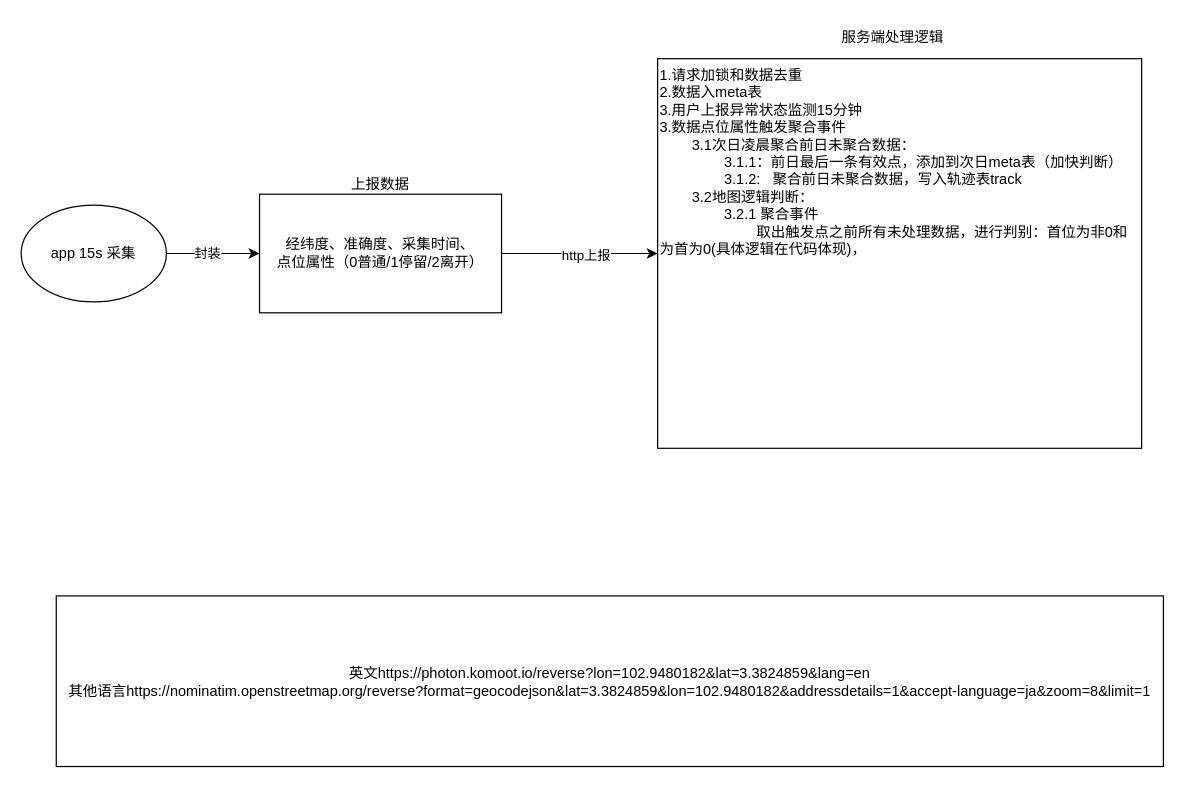
Before: coordinate轨迹脑图.drawio in JimmyZzzzz/drawIO, a draw.io diagram. Source tidied: cells renumbered, new cells numbered last; positions are measured from the earlier drawing's top-left corner, leaving out a move shared by most shapes. Both pictures are drawn from the tidied source at 121%, with x=0, y=0 at pixel (21, 21).
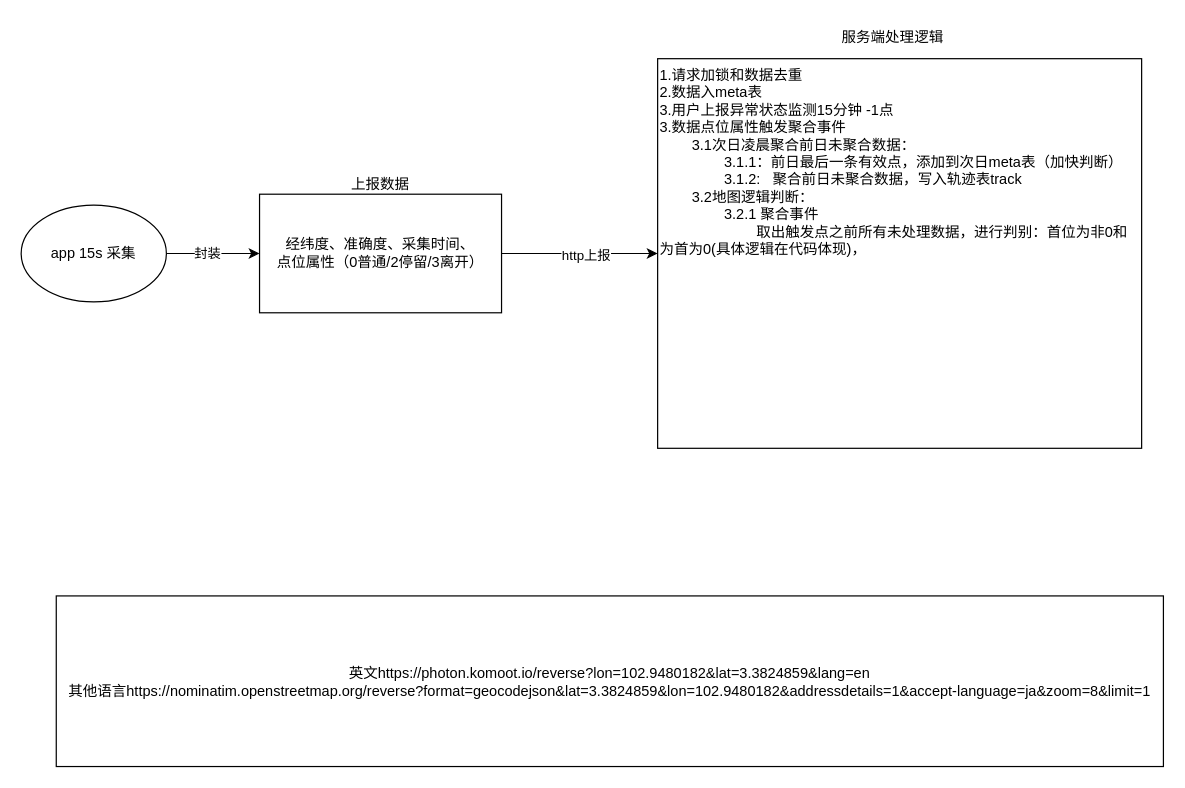
The same diagram, later.

Commit message:
更新coordinate轨迹脑图.drawio

The edit, as a diff of the source:
```diff
@@
 <mxGraphModel>
   <root>
     <mxCell id="0" />
     <mxCell id="1" parent="0" />
     <mxCell id="2" style="edgeStyle=orthogonalEdgeStyle;rounded=0;jettySize=auto;html=1;entryX=0;entryY=0.5;entryDx=0;entryDy=0;" parent="1" edge="1" source="4" target="7">
       <mxGeometry relative="1" as="geometry" />
     </mxCell>
     <mxCell id="3" value="封装" style="edgeLabel;html=1;align=center;verticalAlign=middle;" parent="2" vertex="1">
       <mxGeometry x="-0.15" y="1" relative="1" as="geometry" />
     </mxCell>
     <mxCell id="4" value="app 15s 采集" style="ellipse;whiteSpace=wrap;html=1;" parent="1" vertex="1">
       <mxGeometry y="152" width="120" height="80" as="geometry" />
     </mxCell>
     <mxCell id="5" style="edgeStyle=orthogonalEdgeStyle;rounded=0;jettySize=auto;html=1;exitX=1;exitY=0.5;exitDx=0;exitDy=0;entryX=0;entryY=0.5;entryDx=0;entryDy=0;" parent="1" edge="1" source="7" target="9">
       <mxGeometry relative="1" as="geometry">
         <Array as="points">
           <mxPoint x="516" y="192" />
         </Array>
       </mxGeometry>
     </mxCell>
     <mxCell id="6" value="http上报" style="edgeLabel;html=1;align=center;verticalAlign=middle;" parent="5" vertex="1">
       <mxGeometry x="0.07" y="-1" relative="1" as="geometry" />
     </mxCell>
-    <mxCell id="7" value="经纬度、准确度、采集时间、&lt;div&gt;点位属性（0普通/1停留/2离开）&lt;/div&gt;" style="rounded=0;whiteSpace=wrap;html=1;" parent="1" vertex="1">
+    <mxCell id="7" value="经纬度、准确度、采集时间、&lt;div&gt;点位属性（0普通/2停留/3离开）&lt;/div&gt;" style="rounded=0;whiteSpace=wrap;html=1;" parent="1" vertex="1">
       <mxGeometry x="197" y="143" width="200" height="98" as="geometry" />
     </mxCell>
     <mxCell id="8" value="上报数据" style="text;html=1;align=center;verticalAlign=middle;whiteSpace=wrap;rounded=0;" parent="1" vertex="1">
       <mxGeometry x="267" y="120" width="60" height="30" as="geometry" />
     </mxCell>
-    <mxCell id="9" value="1.请求加锁和数据去重&lt;div&gt;2.数据入meta表&lt;/div&gt;&lt;div&gt;3.用户上报异常状态监测15分钟&lt;/div&gt;&lt;div&gt;3.数据点位属性触发聚合事件&lt;/div&gt;&lt;div&gt;&lt;span style=&quot;white-space: pre;&quot;&gt;&#9;&lt;/span&gt;3.1次日凌晨聚合前日未聚合数据：&lt;br&gt;&lt;/div&gt;&lt;div&gt;&lt;span style=&quot;white-space: pre;&quot;&gt;&#9;&lt;/span&gt;&lt;span style=&quot;white-space: pre;&quot;&gt;&#9;&lt;/span&gt;3.1.1：前日最后一条有效点，添加到次日meta表（加快判断）&lt;br&gt;&lt;/div&gt;&lt;div&gt;&lt;span style=&quot;white-space: pre;&quot;&gt;&#9;&lt;span style=&quot;white-space: pre;&quot;&gt;&#9;&lt;/span&gt;3.&lt;/span&gt;1.2:&amp;nbsp; &amp;nbsp;聚合前日未聚合数据，写入轨迹表track&lt;br&gt;&lt;/div&gt;&lt;div&gt;&lt;span style=&quot;white-space: pre;&quot;&gt;&#9;&lt;/span&gt;3.2地图逻辑判断：&lt;br&gt;&lt;/div&gt;&lt;div&gt;&lt;span style=&quot;white-space: pre;&quot;&gt;&#9;&lt;/span&gt;&lt;span style=&quot;white-space: pre;&quot;&gt;&#9;&lt;/span&gt;3.2.1 聚合事件&lt;/div&gt;&lt;div&gt;&lt;span style=&quot;white-space: pre;&quot;&gt;&#9;&lt;/span&gt;&lt;span style=&quot;white-space: pre;&quot;&gt;&#9;&lt;span style=&quot;white-space: pre;&quot;&gt;&#9;&lt;/span&gt;&lt;/span&gt;取出触发点之前所有未处理数据，进行判别：首位为非0和为首为0(具体逻辑在代码体现)，&lt;/div&gt;&lt;div&gt;&lt;br&gt;&lt;/div&gt;" style="rounded=0;whiteSpace=wrap;html=1;align=left;horizontal=1;verticalAlign=top;" parent="1" vertex="1">
+    <mxCell id="9" value="1.请求加锁和数据去重&lt;div&gt;2.数据入meta表&lt;/div&gt;&lt;div&gt;3.用户上报异常状态监测15分钟 -1点&lt;/div&gt;&lt;div&gt;3.数据点位属性触发聚合事件&lt;/div&gt;&lt;div&gt;&lt;span style=&quot;white-space: pre;&quot;&gt;&#9;&lt;/span&gt;3.1次日凌晨聚合前日未聚合数据：&lt;br&gt;&lt;/div&gt;&lt;div&gt;&lt;span style=&quot;white-space: pre;&quot;&gt;&#9;&lt;/span&gt;&lt;span style=&quot;white-space: pre;&quot;&gt;&#9;&lt;/span&gt;3.1.1：前日最后一条有效点，添加到次日meta表（加快判断）&lt;br&gt;&lt;/div&gt;&lt;div&gt;&lt;span style=&quot;white-space: pre;&quot;&gt;&#9;&lt;span style=&quot;white-space: pre;&quot;&gt;&#9;&lt;/span&gt;3.&lt;/span&gt;1.2:&amp;nbsp; &amp;nbsp;聚合前日未聚合数据，写入轨迹表track&lt;br&gt;&lt;/div&gt;&lt;div&gt;&lt;span style=&quot;white-space: pre;&quot;&gt;&#9;&lt;/span&gt;3.2地图逻辑判断：&lt;br&gt;&lt;/div&gt;&lt;div&gt;&lt;span style=&quot;white-space: pre;&quot;&gt;&#9;&lt;/span&gt;&lt;span style=&quot;white-space: pre;&quot;&gt;&#9;&lt;/span&gt;3.2.1 聚合事件&lt;/div&gt;&lt;div&gt;&lt;span style=&quot;white-space: pre;&quot;&gt;&#9;&lt;/span&gt;&lt;span style=&quot;white-space: pre;&quot;&gt;&#9;&lt;span style=&quot;white-space: pre;&quot;&gt;&#9;&lt;/span&gt;&lt;/span&gt;取出触发点之前所有未处理数据，进行判别：首位为非0和为首为0(具体逻辑在代码体现)，&lt;/div&gt;&lt;div&gt;&lt;br&gt;&lt;/div&gt;" style="rounded=0;whiteSpace=wrap;html=1;align=left;horizontal=1;verticalAlign=top;" parent="1" vertex="1">
       <mxGeometry x="526" y="31" width="400" height="322" as="geometry" />
     </mxCell>
     <mxCell id="10" value="服务端处理逻辑" style="text;html=1;align=center;verticalAlign=middle;whiteSpace=wrap;rounded=0;" parent="1" vertex="1">
       <mxGeometry x="671" width="99" height="27" as="geometry" />
     </mxCell>
     <mxCell id="11" value="英文https://photon.komoot.io/reverse?lon=102.9480182&amp;amp;lat=3.3824859&amp;amp;lang=en&lt;div&gt;其他语言https://nominatim.openstreetmap.org/reverse?format=geocodejson&amp;amp;lat=3.3824859&amp;amp;lon=102.9480182&amp;amp;addressdetails=1&amp;amp;accept-language=ja&amp;amp;zoom=8&amp;amp;limit=1&lt;/div&gt;" style="rounded=0;whiteSpace=wrap;html=1;" parent="1" vertex="1">
       <mxGeometry x="29" y="475" width="915" height="141" as="geometry" />
     </mxCell>
   </root>
 </mxGraphModel>
```
